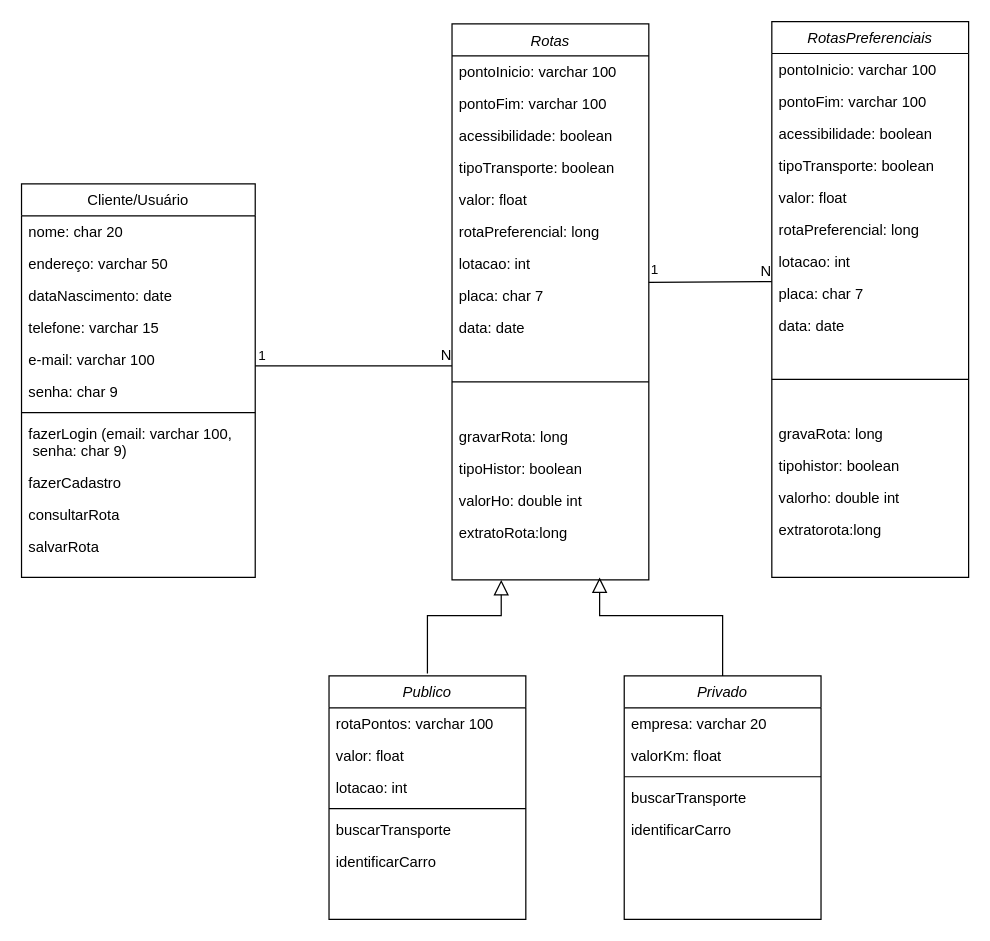
appmoovifast/Documentacao keeps this draw.io diagram as Diagrama de Classe - moovifast.drawio. Above is the earlier version. Source tidied: cells renumbered, new cells numbered last; positions are measured from the earlier drawing's top-left corner, leaving out a move shared by most shapes. Both pictures are drawn from the tidied source at 123%, with x=0, y=0 at pixel (21, 21).
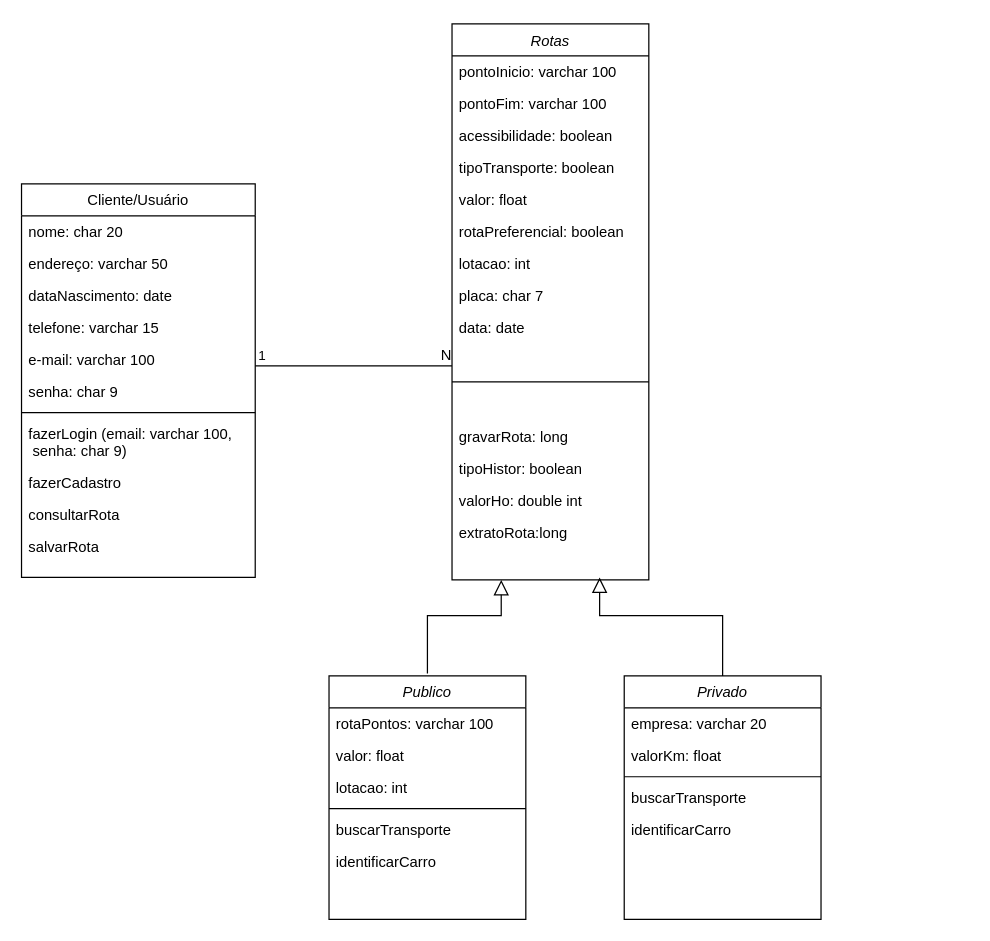
The same diagram, later.

Unchanged cells that the change refers to:
```xml
<mxCell id="15" value="Rotas" style="swimlane;fontStyle=2;align=center;verticalAlign=top;horizontal=1;startSize=26;rounded=0;shadow=0;strokeWidth=1;" parent="1" vertex="1">
  <mxGeometry x="350" y="2" width="160" height="452" as="geometry" />
</mxCell>
```

What changed in the source:
```diff
@@
-    <mxCell id="21" value="rotaPreferencial: long" style="text;align=left;verticalAlign=top;spacingLeft=4;spacingRight=4;overflow=hidden;rounded=0;shadow=0;html=0;" parent="15" vertex="1">
+    <mxCell id="21" value="rotaPreferencial: boolean" style="text;align=left;verticalAlign=top;spacingLeft=4;spacingRight=4;overflow=hidden;rounded=0;shadow=0;html=0;" parent="15" vertex="1">
       <mxGeometry y="156" width="160" height="26" as="geometry" />
     </mxCell>
@@
-    <mxCell id="44" value="RotasPreferenciais" style="swimlane;fontStyle=2;align=center;verticalAlign=top;horizontal=1;startSize=26;rounded=0;shadow=0;strokeWidth=1;" parent="1" vertex="1">
-      <mxGeometry x="610" width="160" height="452" as="geometry" />
-    </mxCell>
-    <mxCell id="45" value="pontoInicio: varchar 100" style="text;align=left;verticalAlign=top;spacingLeft=4;spacingRight=4;overflow=hidden;rounded=0;shadow=0;html=0;" parent="44" vertex="1">
-      <mxGeometry y="26" width="160" height="26" as="geometry" />
-    </mxCell>
-    <mxCell id="46" value="pontoFim: varchar 100" style="text;align=left;verticalAlign=top;spacingLeft=4;spacingRight=4;overflow=hidden;rounded=0;shadow=0;html=0;" parent="44" vertex="1">
-      <mxGeometry y="52" width="160" height="26" as="geometry" />
-    </mxCell>
-    <mxCell id="47" value="acessibilidade: boolean" style="text;align=left;verticalAlign=top;spacingLeft=4;spacingRight=4;overflow=hidden;rounded=0;shadow=0;html=0;" parent="44" vertex="1">
-      <mxGeometry y="78" width="160" height="26" as="geometry" />
-    </mxCell>
-    <mxCell id="48" value="tipoTransporte: boolean" style="text;align=left;verticalAlign=top;spacingLeft=4;spacingRight=4;overflow=hidden;rounded=0;shadow=0;html=0;" parent="44" vertex="1">
-      <mxGeometry y="104" width="160" height="26" as="geometry" />
-    </mxCell>
-    <mxCell id="49" value="valor: float" style="text;align=left;verticalAlign=top;spacingLeft=4;spacingRight=4;overflow=hidden;rounded=0;shadow=0;html=0;" parent="44" vertex="1">
-      <mxGeometry y="130" width="160" height="26" as="geometry" />
-    </mxCell>
-    <mxCell id="50" value="rotaPreferencial: long" style="text;align=left;verticalAlign=top;spacingLeft=4;spacingRight=4;overflow=hidden;rounded=0;shadow=0;html=0;" parent="44" vertex="1">
-      <mxGeometry y="156" width="160" height="26" as="geometry" />
-    </mxCell>
-    <mxCell id="51" value="lotacao: int" style="text;align=left;verticalAlign=top;spacingLeft=4;spacingRight=4;overflow=hidden;rounded=0;shadow=0;html=0;" parent="44" vertex="1">
-      <mxGeometry y="182" width="160" height="26" as="geometry" />
-    </mxCell>
-    <mxCell id="52" value="placa: char 7" style="text;align=left;verticalAlign=top;spacingLeft=4;spacingRight=4;overflow=hidden;points=[[0,0.5],[1,0.5]];portConstraint=eastwest;rounded=0;shadow=0;html=0;" parent="44" vertex="1">
-      <mxGeometry y="208" width="160" height="26" as="geometry" />
-    </mxCell>
-    <mxCell id="53" value="data: date" style="text;align=left;verticalAlign=top;spacingLeft=4;spacingRight=4;overflow=hidden;rounded=0;shadow=0;html=0;" parent="44" vertex="1">
-      <mxGeometry y="234" width="160" height="26" as="geometry" />
-    </mxCell>
-    <mxCell id="54" style="line;html=1;strokeWidth=1;align=left;verticalAlign=middle;spacingTop=-1;spacingLeft=3;spacingRight=3;labelPosition=right;" parent="44" vertex="1">
-      <mxGeometry y="260" width="160" height="62" as="geometry" />
-    </mxCell>
-    <mxCell id="55" value="gravaRota: long" style="text;align=left;verticalAlign=top;spacingLeft=4;spacingRight=4;overflow=hidden;" parent="44" vertex="1">
-      <mxGeometry y="322" width="160" height="26" as="geometry" />
-    </mxCell>
-    <mxCell id="56" value="tipohistor: boolean" style="text;align=left;verticalAlign=top;spacingLeft=4;spacingRight=4;overflow=hidden;" parent="44" vertex="1">
-      <mxGeometry y="348" width="160" height="26" as="geometry" />
-    </mxCell>
-    <mxCell id="57" value="valorho: double int" style="text;align=left;verticalAlign=top;spacingLeft=4;spacingRight=4;overflow=hidden;" parent="44" vertex="1">
-      <mxGeometry y="374" width="160" height="26" as="geometry" />
-    </mxCell>
-    <mxCell id="58" value="extratorota:long" style="text;align=left;verticalAlign=top;spacingLeft=4;spacingRight=4;overflow=hidden;" parent="44" vertex="1">
-      <mxGeometry y="400" width="160" height="26" as="geometry" />
-    </mxCell>
-    <mxCell id="59" style="endArrow=none;html=1;rounded=0;entryX=0;entryY=0.13;entryDx=0;entryDy=0;entryPerimeter=0;" parent="1" edge="1" target="52">
-      <mxGeometry relative="1" as="geometry">
-        <mxPoint x="510" y="212" as="sourcePoint" />
-      </mxGeometry>
-    </mxCell>
-    <mxCell id="60" value="N" style="html=1;align=right;verticalAlign=bottom;" parent="59" vertex="1">
-      <mxGeometry x="1" relative="1" as="geometry" />
-    </mxCell>
-    <mxCell id="61" value="1" style="edgeLabel;html=1;align=left;verticalAlign=bottom;" parent="1" vertex="1">
-      <mxGeometry x="510" y="210" as="geometry" />
-    </mxCell>
```
